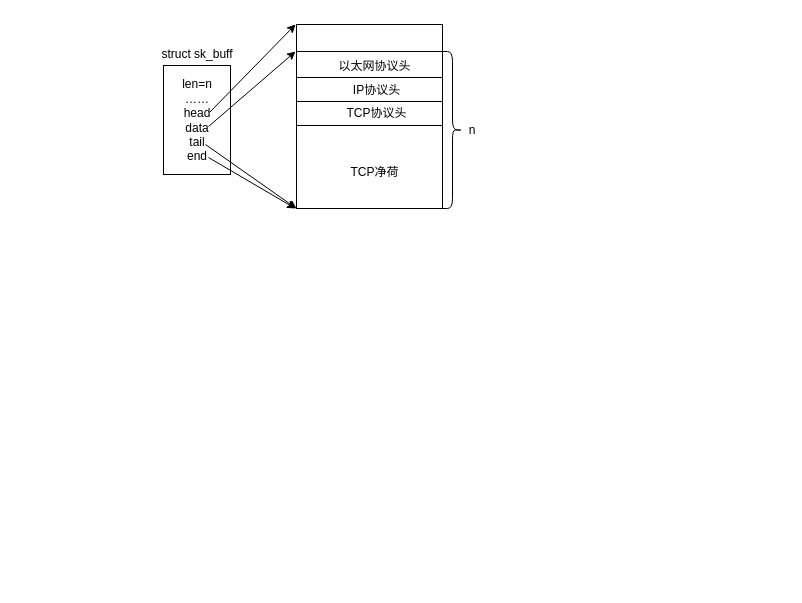
The draw.io diagram 未命名绘图.drawio in PAL4JavaWeb/homework, before the edit. Source tidied: cells renumbered, new cells numbered last; positions are measured from the earlier drawing's top-left corner, leaving out a move shared by most shapes. Both pictures are drawn from the tidied source at 100%, with x=0, y=0 at pixel (154, 24).
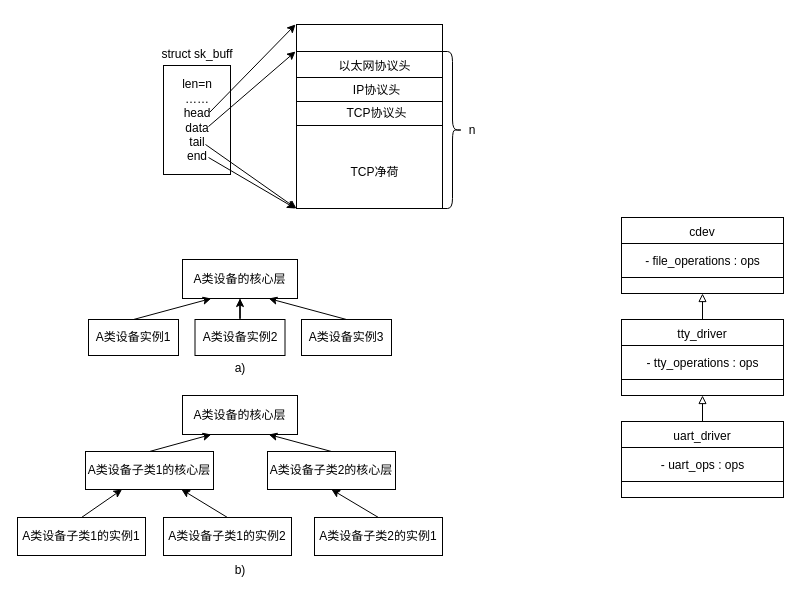
After the change.

Commit message:
更新未命名绘图.drawio

Change to the diagram source:
```diff
@@
+    <mxCell id="20" style="rounded=0;whiteSpace=wrap;html=1;" parent="1" vertex="1">
+      <mxGeometry x="467" y="193" width="162" height="76" as="geometry" />
+    </mxCell>
+    <mxCell id="21" style="endArrow=none;html=1;rounded=0;entryX=1;entryY=0.25;entryDx=0;entryDy=0;exitX=0;exitY=0.25;exitDx=0;exitDy=0;" parent="1" edge="1">
+      <mxGeometry relative="1" as="geometry">
+        <mxPoint x="467" y="219" as="sourcePoint" />
+        <mxPoint x="629" y="219" as="targetPoint" />
+      </mxGeometry>
+    </mxCell>
+    <mxCell id="22" style="endArrow=none;html=1;rounded=0;entryX=1;entryY=0.25;entryDx=0;entryDy=0;exitX=0;exitY=0.25;exitDx=0;exitDy=0;" parent="1" edge="1">
+      <mxGeometry relative="1" as="geometry">
+        <mxPoint x="467" y="253" as="sourcePoint" />
+        <mxPoint x="629" y="253" as="targetPoint" />
+      </mxGeometry>
+    </mxCell>
+    <mxCell id="23" value="cdev" style="text;html=1;align=center;verticalAlign=middle;whiteSpace=wrap;rounded=0;" parent="1" vertex="1">
+      <mxGeometry x="518" y="193" width="60" height="30" as="geometry" />
+    </mxCell>
+    <mxCell id="24" value="- file_operations : ops" style="text;html=1;align=center;verticalAlign=middle;whiteSpace=wrap;rounded=0;" parent="1" vertex="1">
+      <mxGeometry x="488.5" y="223" width="119" height="27" as="geometry" />
+    </mxCell>
+    <mxCell id="25" style="rounded=0;whiteSpace=wrap;html=1;" parent="1" vertex="1">
+      <mxGeometry x="467" y="295" width="162" height="76" as="geometry" />
+    </mxCell>
+    <mxCell id="26" style="endArrow=none;html=1;rounded=0;entryX=1;entryY=0.25;entryDx=0;entryDy=0;exitX=0;exitY=0.25;exitDx=0;exitDy=0;" parent="1" edge="1">
+      <mxGeometry relative="1" as="geometry">
+        <mxPoint x="467" y="321" as="sourcePoint" />
+        <mxPoint x="629" y="321" as="targetPoint" />
+      </mxGeometry>
+    </mxCell>
+    <mxCell id="27" style="endArrow=none;html=1;rounded=0;entryX=1;entryY=0.25;entryDx=0;entryDy=0;exitX=0;exitY=0.25;exitDx=0;exitDy=0;" parent="1" edge="1">
+      <mxGeometry relative="1" as="geometry">
+        <mxPoint x="467" y="355" as="sourcePoint" />
+        <mxPoint x="629" y="355" as="targetPoint" />
+      </mxGeometry>
+    </mxCell>
+    <mxCell id="28" style="edgeStyle=orthogonalEdgeStyle;rounded=0;jettySize=auto;html=1;exitX=0.5;exitY=0;exitDx=0;exitDy=0;entryX=0.5;entryY=1;entryDx=0;entryDy=0;endArrow=block;endFill=0;" parent="1" edge="1" source="29" target="20">
+      <mxGeometry relative="1" as="geometry" />
+    </mxCell>
+    <mxCell id="29" value="tty_driver" style="text;html=1;align=center;verticalAlign=middle;whiteSpace=wrap;rounded=0;" parent="1" vertex="1">
+      <mxGeometry x="518" y="295" width="60" height="30" as="geometry" />
+    </mxCell>
+    <mxCell id="30" value="- tty_operations : ops" style="text;html=1;align=center;verticalAlign=middle;whiteSpace=wrap;rounded=0;" parent="1" vertex="1">
+      <mxGeometry x="488.5" y="325" width="119" height="27" as="geometry" />
+    </mxCell>
+    <mxCell id="31" style="rounded=0;whiteSpace=wrap;html=1;" parent="1" vertex="1">
+      <mxGeometry x="467" y="397" width="162" height="76" as="geometry" />
+    </mxCell>
+    <mxCell id="32" style="endArrow=none;html=1;rounded=0;entryX=1;entryY=0.25;entryDx=0;entryDy=0;exitX=0;exitY=0.25;exitDx=0;exitDy=0;" parent="1" edge="1">
+      <mxGeometry relative="1" as="geometry">
+        <mxPoint x="467" y="423" as="sourcePoint" />
+        <mxPoint x="629" y="423" as="targetPoint" />
+      </mxGeometry>
+    </mxCell>
+    <mxCell id="33" style="endArrow=none;html=1;rounded=0;entryX=1;entryY=0.25;entryDx=0;entryDy=0;exitX=0;exitY=0.25;exitDx=0;exitDy=0;" parent="1" edge="1">
+      <mxGeometry relative="1" as="geometry">
+        <mxPoint x="467" y="457" as="sourcePoint" />
+        <mxPoint x="629" y="457" as="targetPoint" />
+      </mxGeometry>
+    </mxCell>
+    <mxCell id="34" style="edgeStyle=orthogonalEdgeStyle;rounded=0;jettySize=auto;html=1;exitX=0.5;exitY=0;exitDx=0;exitDy=0;entryX=0.5;entryY=1;entryDx=0;entryDy=0;endArrow=block;endFill=0;" parent="1" edge="1" source="35" target="25">
+      <mxGeometry relative="1" as="geometry" />
+    </mxCell>
+    <mxCell id="35" value="uart_driver" style="text;html=1;align=center;verticalAlign=middle;whiteSpace=wrap;rounded=0;" parent="1" vertex="1">
+      <mxGeometry x="518" y="397" width="60" height="30" as="geometry" />
+    </mxCell>
+    <mxCell id="36" value="- uart_ops : ops" style="text;html=1;align=center;verticalAlign=middle;whiteSpace=wrap;rounded=0;" parent="1" vertex="1">
+      <mxGeometry x="488.5" y="427" width="119" height="27" as="geometry" />
+    </mxCell>
+    <mxCell id="37" value="A类设备的核心层" style="rounded=0;whiteSpace=wrap;html=1;" parent="1" vertex="1">
+      <mxGeometry x="28" y="235" width="115" height="39" as="geometry" />
+    </mxCell>
+    <mxCell id="38" style="rounded=0;jettySize=auto;html=1;exitX=0.5;exitY=0;exitDx=0;exitDy=0;entryX=0.25;entryY=1;entryDx=0;entryDy=0;" parent="1" edge="1" source="39" target="37">
+      <mxGeometry relative="1" as="geometry" />
+    </mxCell>
+    <mxCell id="39" value="A类设备实例1" style="rounded=0;whiteSpace=wrap;html=1;" parent="1" vertex="1">
+      <mxGeometry x="-66" y="295" width="90" height="36" as="geometry" />
+    </mxCell>
+    <mxCell id="40" style="edgeStyle=orthogonalEdgeStyle;rounded=0;jettySize=auto;html=1;exitX=0.5;exitY=0;exitDx=0;exitDy=0;" parent="1" edge="1" source="41" target="37">
+      <mxGeometry relative="1" as="geometry" />
+    </mxCell>
+    <mxCell id="41" value="A类设备实例2" style="rounded=0;whiteSpace=wrap;html=1;" parent="1" vertex="1">
+      <mxGeometry x="40.5" y="295" width="90" height="36" as="geometry" />
+    </mxCell>
+    <mxCell id="42" style="rounded=0;jettySize=auto;html=1;exitX=0.5;exitY=0;exitDx=0;exitDy=0;entryX=0.75;entryY=1;entryDx=0;entryDy=0;" parent="1" edge="1" source="43" target="37">
+      <mxGeometry relative="1" as="geometry" />
+    </mxCell>
+    <mxCell id="43" value="A类设备实例3" style="rounded=0;whiteSpace=wrap;html=1;" parent="1" vertex="1">
+      <mxGeometry x="147" y="295" width="90" height="36" as="geometry" />
+    </mxCell>
+    <mxCell id="44" value="A类设备的核心层" style="rounded=0;whiteSpace=wrap;html=1;" parent="1" vertex="1">
+      <mxGeometry x="28" y="371" width="115" height="39" as="geometry" />
+    </mxCell>
+    <mxCell id="45" style="rounded=0;jettySize=auto;html=1;entryX=0.25;entryY=1;entryDx=0;entryDy=0;" parent="1" edge="1" target="44">
+      <mxGeometry relative="1" as="geometry">
+        <mxPoint x="-5" y="427" as="sourcePoint" />
+      </mxGeometry>
+    </mxCell>
+    <mxCell id="46" value="A类设备子类1的核心层" style="rounded=0;whiteSpace=wrap;html=1;" parent="1" vertex="1">
+      <mxGeometry x="-69" y="427" width="128" height="38" as="geometry" />
+    </mxCell>
+    <mxCell id="47" style="rounded=0;jettySize=auto;html=1;exitX=0.5;exitY=0;exitDx=0;exitDy=0;entryX=0.75;entryY=1;entryDx=0;entryDy=0;" parent="1" edge="1" source="48" target="44">
+      <mxGeometry relative="1" as="geometry" />
+    </mxCell>
+    <mxCell id="48" value="A类设备子类2的核心层" style="rounded=0;whiteSpace=wrap;html=1;" parent="1" vertex="1">
+      <mxGeometry x="113" y="427" width="128" height="38" as="geometry" />
+    </mxCell>
+    <mxCell id="49" style="rounded=0;jettySize=auto;html=1;exitX=0.5;exitY=0;exitDx=0;exitDy=0;entryX=0.75;entryY=1;entryDx=0;entryDy=0;" parent="1" edge="1" source="50" target="46">
+      <mxGeometry relative="1" as="geometry" />
+    </mxCell>
+    <mxCell id="50" value="A类设备子类1的实例2" style="rounded=0;whiteSpace=wrap;html=1;" parent="1" vertex="1">
+      <mxGeometry x="9" y="493" width="128" height="38" as="geometry" />
+    </mxCell>
+    <mxCell id="51" style="rounded=0;jettySize=auto;html=1;exitX=0.5;exitY=0;exitDx=0;exitDy=0;" parent="1" edge="1" source="52" target="46">
+      <mxGeometry relative="1" as="geometry" />
+    </mxCell>
+    <mxCell id="52" value="A类设备子类1的实例1" style="rounded=0;whiteSpace=wrap;html=1;" parent="1" vertex="1">
+      <mxGeometry x="-137" y="493" width="128" height="38" as="geometry" />
+    </mxCell>
+    <mxCell id="53" style="rounded=0;jettySize=auto;html=1;exitX=0.5;exitY=0;exitDx=0;exitDy=0;entryX=0.5;entryY=1;entryDx=0;entryDy=0;" parent="1" edge="1" source="54" target="48">
+      <mxGeometry relative="1" as="geometry" />
+    </mxCell>
+    <mxCell id="54" value="A类设备子类2的实例1" style="rounded=0;whiteSpace=wrap;html=1;" parent="1" vertex="1">
+      <mxGeometry x="160" y="493" width="128" height="38" as="geometry" />
+    </mxCell>
+    <mxCell id="55" value="a)" style="text;html=1;align=center;verticalAlign=middle;whiteSpace=wrap;rounded=0;" parent="1" vertex="1">
+      <mxGeometry x="56" y="329" width="60" height="30" as="geometry" />
+    </mxCell>
+    <mxCell id="56" value="b)" style="text;html=1;align=center;verticalAlign=middle;whiteSpace=wrap;rounded=0;" parent="1" vertex="1">
+      <mxGeometry x="55.5" y="531" width="60" height="30" as="geometry" />
+    </mxCell>
```
